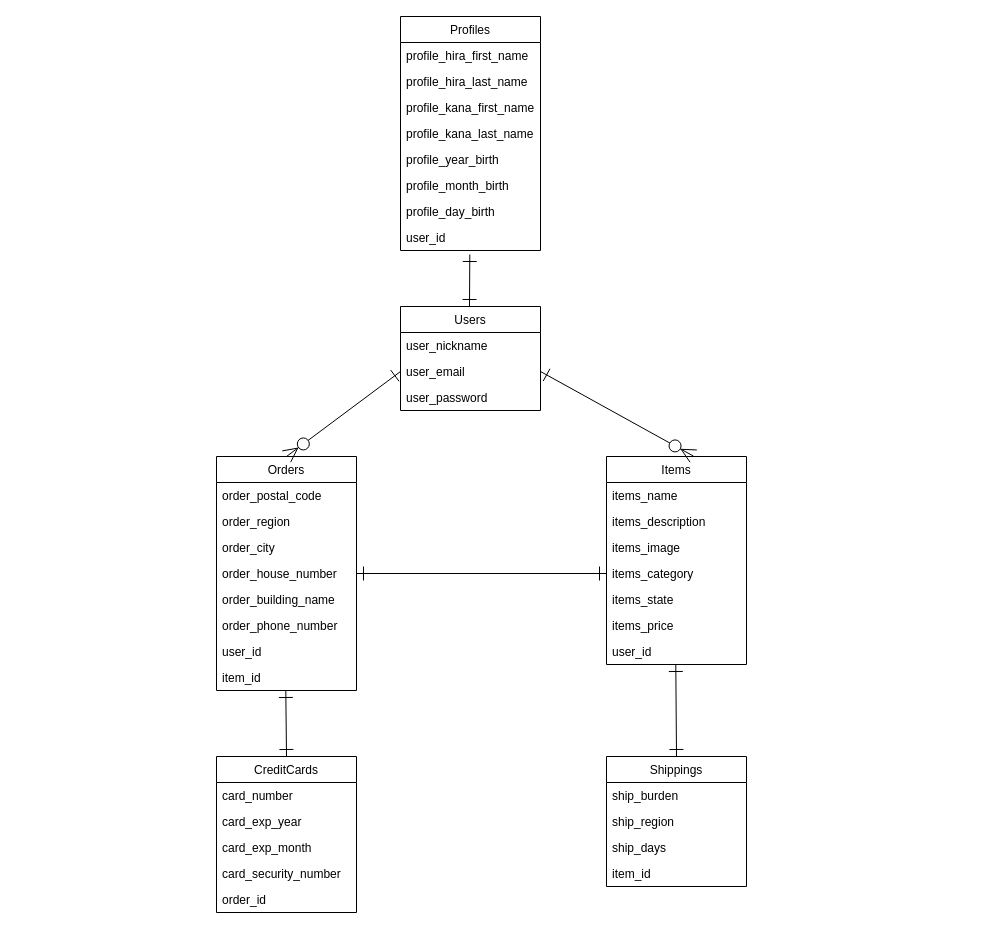
The draw.io diagram er_diagram.dio in kazuomi-nakajima/furima-32996, before the edit. Source tidied: cells renumbered, new cells numbered last; positions are measured from the earlier drawing's top-left corner, leaving out a move shared by most shapes. Both pictures are drawn from the tidied source at 100%, with x=0, y=0 at pixel (216, 16).
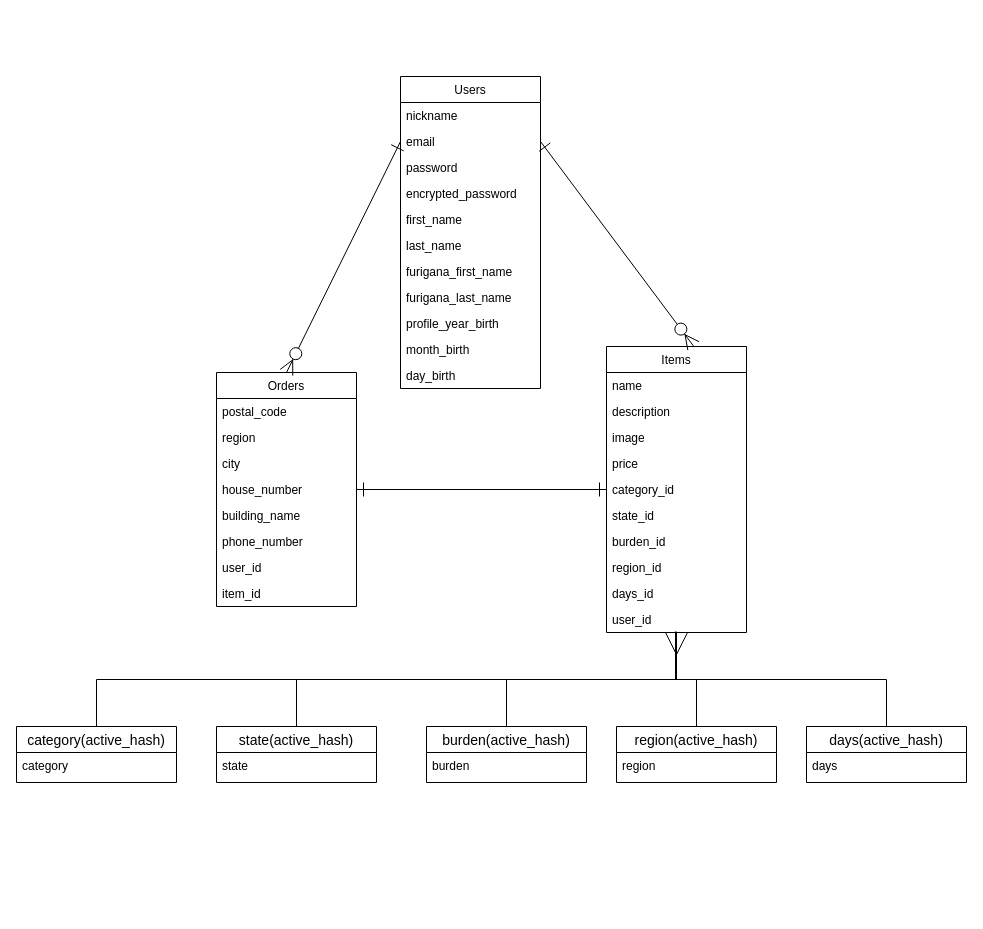
The same page after the edit.

Unchanged cells that the change refers to:
```xml
<mxCell id="22" value="item_id" style="text;strokeColor=none;fillColor=none;align=left;verticalAlign=top;spacingLeft=4;spacingRight=4;overflow=hidden;points=[[0,0.5],[1,0.5]];portConstraint=eastwest;" parent="14" vertex="1">
  <mxGeometry y="208" width="140" height="26" as="geometry" />
</mxCell>
```

Change to the diagram source:
```diff
@@
     <mxCell id="2" value="Users" style="swimlane;fontStyle=0;horizontal=1;startSize=26;fillColor=none;" parent="1" vertex="1">
-      <mxGeometry x="184" y="290" width="140" height="104" as="geometry" />
+      <mxGeometry x="184" y="60" width="140" height="312" as="geometry" />
     </mxCell>
-    <mxCell id="3" value="user_nickname" style="text;strokeColor=none;fillColor=none;align=left;verticalAlign=top;spacingLeft=4;spacingRight=4;overflow=hidden;" parent="2" vertex="1">
+    <mxCell id="3" value="nickname" style="text;strokeColor=none;fillColor=none;align=left;verticalAlign=top;spacingLeft=4;spacingRight=4;overflow=hidden;" parent="2" vertex="1">
       <mxGeometry y="26" width="140" height="26" as="geometry" />
     </mxCell>
-    <mxCell id="4" value="user_email" style="text;strokeColor=none;fillColor=none;align=left;verticalAlign=top;spacingLeft=4;spacingRight=4;overflow=hidden;points=[[0,0.5],[1,0.5]];portConstraint=eastwest;" parent="2" vertex="1">
+    <mxCell id="4" value="email" style="text;strokeColor=none;fillColor=none;align=left;verticalAlign=top;spacingLeft=4;spacingRight=4;overflow=hidden;points=[[0,0.5],[1,0.5]];portConstraint=eastwest;" parent="2" vertex="1">
       <mxGeometry y="52" width="140" height="26" as="geometry" />
     </mxCell>
-    <mxCell id="5" value="user_password" style="text;strokeColor=none;fillColor=none;align=left;verticalAlign=top;spacingLeft=4;spacingRight=4;overflow=hidden;" parent="2" vertex="1">
+    <mxCell id="5" value="password" style="text;strokeColor=none;fillColor=none;align=left;verticalAlign=top;spacingLeft=4;spacingRight=4;overflow=hidden;" parent="2" vertex="1">
       <mxGeometry y="78" width="140" height="26" as="geometry" />
     </mxCell>
+    <mxCell id="50" value="encrypted_password" style="text;strokeColor=none;fillColor=none;align=left;verticalAlign=top;spacingLeft=4;spacingRight=4;overflow=hidden;" parent="2" vertex="1">
+      <mxGeometry y="104" width="140" height="26" as="geometry" />
+    </mxCell>
+    <mxCell id="24" value="first_name" style="text;strokeColor=none;fillColor=none;align=left;verticalAlign=top;spacingLeft=4;spacingRight=4;overflow=hidden;" parent="2" vertex="1">
+      <mxGeometry y="130" width="140" height="26" as="geometry" />
+    </mxCell>
+    <mxCell id="25" value="last_name" style="text;strokeColor=none;fillColor=none;align=left;verticalAlign=top;spacingLeft=4;spacingRight=4;overflow=hidden;" parent="2" vertex="1">
+      <mxGeometry y="156" width="140" height="26" as="geometry" />
+    </mxCell>
+    <mxCell id="26" value="furigana_first_name" style="text;strokeColor=none;fillColor=none;align=left;verticalAlign=top;spacingLeft=4;spacingRight=4;overflow=hidden;" parent="2" vertex="1">
+      <mxGeometry y="182" width="140" height="26" as="geometry" />
+    </mxCell>
+    <mxCell id="27" value="furigana_last_name" style="text;strokeColor=none;fillColor=none;align=left;verticalAlign=top;spacingLeft=4;spacingRight=4;overflow=hidden;" parent="2" vertex="1">
+      <mxGeometry y="208" width="140" height="26" as="geometry" />
+    </mxCell>
+    <mxCell id="28" value="profile_year_birth" style="text;strokeColor=none;fillColor=none;align=left;verticalAlign=top;spacingLeft=4;spacingRight=4;overflow=hidden;" parent="2" vertex="1">
+      <mxGeometry y="234" width="140" height="26" as="geometry" />
+    </mxCell>
+    <mxCell id="29" value="month_birth" style="text;strokeColor=none;fillColor=none;align=left;verticalAlign=top;spacingLeft=4;spacingRight=4;overflow=hidden;" parent="2" vertex="1">
+      <mxGeometry y="260" width="140" height="26" as="geometry" />
+    </mxCell>
+    <mxCell id="30" value="day_birth" style="text;strokeColor=none;fillColor=none;align=left;verticalAlign=top;spacingLeft=4;spacingRight=4;overflow=hidden;" parent="2" vertex="1">
+      <mxGeometry y="286" width="140" height="26" as="geometry" />
+    </mxCell>
     <mxCell id="6" value="Items" style="swimlane;fontStyle=0;horizontal=1;startSize=26;fillColor=none;" parent="1" vertex="1">
-      <mxGeometry x="390" y="440" width="140" height="208" as="geometry" />
+      <mxGeometry x="390" y="330" width="140" height="286" as="geometry" />
     </mxCell>
-    <mxCell id="7" value="items_name" style="text;strokeColor=none;fillColor=none;align=left;verticalAlign=top;spacingLeft=4;spacingRight=4;overflow=hidden;" parent="6" vertex="1">
+    <mxCell id="7" value="name" style="text;strokeColor=none;fillColor=none;align=left;verticalAlign=top;spacingLeft=4;spacingRight=4;overflow=hidden;" parent="6" vertex="1">
       <mxGeometry y="26" width="140" height="26" as="geometry" />
     </mxCell>
-    <mxCell id="8" value="items_description" style="text;strokeColor=none;fillColor=none;align=left;verticalAlign=top;spacingLeft=4;spacingRight=4;overflow=hidden;" parent="6" vertex="1">
+    <mxCell id="8" value="description" style="text;strokeColor=none;fillColor=none;align=left;verticalAlign=top;spacingLeft=4;spacingRight=4;overflow=hidden;" parent="6" vertex="1">
       <mxGeometry y="52" width="140" height="26" as="geometry" />
     </mxCell>
-    <mxCell id="9" value="items_image" style="text;strokeColor=none;fillColor=none;align=left;verticalAlign=top;spacingLeft=4;spacingRight=4;overflow=hidden;" parent="6" vertex="1">
+    <mxCell id="9" value="image" style="text;strokeColor=none;fillColor=none;align=left;verticalAlign=top;spacingLeft=4;spacingRight=4;overflow=hidden;" parent="6" vertex="1">
       <mxGeometry y="78" width="140" height="26" as="geometry" />
     </mxCell>
+    <mxCell id="12" value="price" style="text;strokeColor=none;fillColor=none;align=left;verticalAlign=top;spacingLeft=4;spacingRight=4;overflow=hidden;" parent="6" vertex="1">
+      <mxGeometry y="104" width="140" height="26" as="geometry" />
+    </mxCell>
-    <mxCell id="10" value="items_category" style="text;strokeColor=none;fillColor=none;align=left;verticalAlign=top;spacingLeft=4;spacingRight=4;overflow=hidden;points=[[0,0.5],[1,0.5]];portConstraint=eastwest;" parent="6" vertex="1">
-      <mxGeometry y="104" width="140" height="26" as="geometry" />
+    <mxCell id="10" value="category_id" style="text;strokeColor=none;fillColor=none;align=left;verticalAlign=top;spacingLeft=4;spacingRight=4;overflow=hidden;points=[[0,0.5],[1,0.5]];portConstraint=eastwest;" parent="6" vertex="1">
+      <mxGeometry y="130" width="140" height="26" as="geometry" />
     </mxCell>
-    <mxCell id="11" value="items_state" style="text;strokeColor=none;fillColor=none;align=left;verticalAlign=top;spacingLeft=4;spacingRight=4;overflow=hidden;" parent="6" vertex="1">
-      <mxGeometry y="130" width="140" height="26" as="geometry" />
+    <mxCell id="11" value="state_id" style="text;strokeColor=none;fillColor=none;align=left;verticalAlign=top;spacingLeft=4;spacingRight=4;overflow=hidden;" parent="6" vertex="1">
+      <mxGeometry y="156" width="140" height="26" as="geometry" />
     </mxCell>
-    <mxCell id="12" value="items_price" style="text;strokeColor=none;fillColor=none;align=left;verticalAlign=top;spacingLeft=4;spacingRight=4;overflow=hidden;" parent="6" vertex="1">
-      <mxGeometry y="156" width="140" height="26" as="geometry" />
-    </mxCell>
+    <mxCell id="39" value="burden_id" style="text;strokeColor=none;fillColor=none;align=left;verticalAlign=top;spacingLeft=4;spacingRight=4;overflow=hidden;" parent="6" vertex="1">
+      <mxGeometry y="182" width="140" height="26" as="geometry" />
+    </mxCell>
+    <mxCell id="40" value="region_id" style="text;strokeColor=none;fillColor=none;align=left;verticalAlign=top;spacingLeft=4;spacingRight=4;overflow=hidden;" parent="6" vertex="1">
+      <mxGeometry y="208" width="140" height="26" as="geometry" />
+    </mxCell>
+    <mxCell id="41" value="days_id" style="text;strokeColor=none;fillColor=none;align=left;verticalAlign=top;spacingLeft=4;spacingRight=4;overflow=hidden;" parent="6" vertex="1">
+      <mxGeometry y="234" width="140" height="26" as="geometry" />
+    </mxCell>
     <mxCell id="13" value="user_id" style="text;strokeColor=none;fillColor=none;align=left;verticalAlign=top;spacingLeft=4;spacingRight=4;overflow=hidden;points=[[0,0.5],[1,0.5]];portConstraint=eastwest;" parent="6" vertex="1">
-      <mxGeometry y="182" width="140" height="26" as="geometry" />
+      <mxGeometry y="260" width="140" height="26" as="geometry" />
     </mxCell>
     <mxCell id="14" value="Orders" style="swimlane;fontStyle=0;horizontal=1;startSize=26;fillColor=none;" parent="1" vertex="1">
-      <mxGeometry y="440" width="140" height="234" as="geometry" />
+      <mxGeometry y="356" width="140" height="234" as="geometry" />
     </mxCell>
-    <mxCell id="15" value="order_postal_code" style="text;strokeColor=none;fillColor=none;align=left;verticalAlign=top;spacingLeft=4;spacingRight=4;overflow=hidden;" parent="14" vertex="1">
+    <mxCell id="15" value="postal_code" style="text;strokeColor=none;fillColor=none;align=left;verticalAlign=top;spacingLeft=4;spacingRight=4;overflow=hidden;" parent="14" vertex="1">
       <mxGeometry y="26" width="140" height="26" as="geometry" />
     </mxCell>
-    <mxCell id="16" value="order_region" style="text;strokeColor=none;fillColor=none;align=left;verticalAlign=top;spacingLeft=4;spacingRight=4;overflow=hidden;" parent="14" vertex="1">
+    <mxCell id="16" value="region" style="text;strokeColor=none;fillColor=none;align=left;verticalAlign=top;spacingLeft=4;spacingRight=4;overflow=hidden;" parent="14" vertex="1">
       <mxGeometry y="52" width="140" height="26" as="geometry" />
     </mxCell>
-    <mxCell id="17" value="order_city" style="text;strokeColor=none;fillColor=none;align=left;verticalAlign=top;spacingLeft=4;spacingRight=4;overflow=hidden;" parent="14" vertex="1">
+    <mxCell id="17" value="city" style="text;strokeColor=none;fillColor=none;align=left;verticalAlign=top;spacingLeft=4;spacingRight=4;overflow=hidden;" parent="14" vertex="1">
       <mxGeometry y="78" width="140" height="26" as="geometry" />
     </mxCell>
-    <mxCell id="18" value="order_house_number" style="text;strokeColor=none;fillColor=none;align=left;verticalAlign=top;spacingLeft=4;spacingRight=4;overflow=hidden;" parent="14" vertex="1">
+    <mxCell id="18" value="house_number" style="text;strokeColor=none;fillColor=none;align=left;verticalAlign=top;spacingLeft=4;spacingRight=4;overflow=hidden;" parent="14" vertex="1">
       <mxGeometry y="104" width="140" height="26" as="geometry" />
     </mxCell>
-    <mxCell id="19" value="order_building_name" style="text;strokeColor=none;fillColor=none;align=left;verticalAlign=top;spacingLeft=4;spacingRight=4;overflow=hidden;fontStyle=0;" parent="14" vertex="1">
+    <mxCell id="19" value="building_name" style="text;strokeColor=none;fillColor=none;align=left;verticalAlign=top;spacingLeft=4;spacingRight=4;overflow=hidden;fontStyle=0;" parent="14" vertex="1">
       <mxGeometry y="130" width="140" height="26" as="geometry" />
     </mxCell>
-    <mxCell id="20" value="order_phone_number" style="text;strokeColor=none;fillColor=none;align=left;verticalAlign=top;spacingLeft=4;spacingRight=4;overflow=hidden;fontStyle=0;" parent="14" vertex="1">
+    <mxCell id="20" value="phone_number" style="text;strokeColor=none;fillColor=none;align=left;verticalAlign=top;spacingLeft=4;spacingRight=4;overflow=hidden;fontStyle=0;" parent="14" vertex="1">
       <mxGeometry y="156" width="140" height="26" as="geometry" />
     </mxCell>
@@
-    <mxCell id="23" value="Profiles" style="swimlane;fontStyle=0;horizontal=1;startSize=26;fillColor=none;" parent="1" vertex="1">
-      <mxGeometry x="184" width="140" height="234" as="geometry" />
-    </mxCell>
-    <mxCell id="24" value="profile_hira_first_name" style="text;strokeColor=none;fillColor=none;align=left;verticalAlign=top;spacingLeft=4;spacingRight=4;overflow=hidden;" parent="23" vertex="1">
-      <mxGeometry y="26" width="140" height="26" as="geometry" />
-    </mxCell>
-    <mxCell id="25" value="profile_hira_last_name" style="text;strokeColor=none;fillColor=none;align=left;verticalAlign=top;spacingLeft=4;spacingRight=4;overflow=hidden;" parent="23" vertex="1">
-      <mxGeometry y="52" width="140" height="26" as="geometry" />
-    </mxCell>
-    <mxCell id="26" value="profile_kana_first_name" style="text;strokeColor=none;fillColor=none;align=left;verticalAlign=top;spacingLeft=4;spacingRight=4;overflow=hidden;" parent="23" vertex="1">
-      <mxGeometry y="78" width="140" height="26" as="geometry" />
-    </mxCell>
-    <mxCell id="27" value="profile_kana_last_name" style="text;strokeColor=none;fillColor=none;align=left;verticalAlign=top;spacingLeft=4;spacingRight=4;overflow=hidden;" parent="23" vertex="1">
-      <mxGeometry y="104" width="140" height="26" as="geometry" />
-    </mxCell>
-    <mxCell id="28" value="profile_year_birth" style="text;strokeColor=none;fillColor=none;align=left;verticalAlign=top;spacingLeft=4;spacingRight=4;overflow=hidden;" parent="23" vertex="1">
-      <mxGeometry y="130" width="140" height="26" as="geometry" />
-    </mxCell>
-    <mxCell id="29" value="profile_month_birth" style="text;strokeColor=none;fillColor=none;align=left;verticalAlign=top;spacingLeft=4;spacingRight=4;overflow=hidden;" parent="23" vertex="1">
-      <mxGeometry y="156" width="140" height="26" as="geometry" />
-    </mxCell>
-    <mxCell id="30" value="profile_day_birth" style="text;strokeColor=none;fillColor=none;align=left;verticalAlign=top;spacingLeft=4;spacingRight=4;overflow=hidden;" parent="23" vertex="1">
-      <mxGeometry y="182" width="140" height="26" as="geometry" />
-    </mxCell>
-    <mxCell id="31" value="user_id" style="text;strokeColor=none;fillColor=none;align=left;verticalAlign=top;spacingLeft=4;spacingRight=4;overflow=hidden;" parent="23" vertex="1">
-      <mxGeometry y="208" width="140" height="26" as="geometry" />
-    </mxCell>
-    <mxCell id="32" value="CreditCards" style="swimlane;fontStyle=0;horizontal=1;startSize=26;fillColor=none;" parent="1" vertex="1">
-      <mxGeometry y="740" width="140" height="156" as="geometry" />
-    </mxCell>
-    <mxCell id="33" value="card_number" style="text;strokeColor=none;fillColor=none;align=left;verticalAlign=top;spacingLeft=4;spacingRight=4;overflow=hidden;" parent="32" vertex="1">
-      <mxGeometry y="26" width="140" height="26" as="geometry" />
-    </mxCell>
-    <mxCell id="34" value="card_exp_year" style="text;strokeColor=none;fillColor=none;align=left;verticalAlign=top;spacingLeft=4;spacingRight=4;overflow=hidden;fontStyle=0;" parent="32" vertex="1">
-      <mxGeometry y="52" width="140" height="26" as="geometry" />
-    </mxCell>
-    <mxCell id="35" value="card_exp_month" style="text;strokeColor=none;fillColor=none;align=left;verticalAlign=top;spacingLeft=4;spacingRight=4;overflow=hidden;fontStyle=0;" parent="32" vertex="1">
-      <mxGeometry y="78" width="140" height="26" as="geometry" />
-    </mxCell>
-    <mxCell id="36" value="card_security_number" style="text;strokeColor=none;fillColor=none;align=left;verticalAlign=top;spacingLeft=4;spacingRight=4;overflow=hidden;" parent="32" vertex="1">
-      <mxGeometry y="104" width="140" height="26" as="geometry" />
-    </mxCell>
-    <mxCell id="37" value="order_id" style="text;strokeColor=none;fillColor=none;align=left;verticalAlign=top;spacingLeft=4;spacingRight=4;overflow=hidden;" parent="32" vertex="1">
-      <mxGeometry y="130" width="140" height="26" as="geometry" />
-    </mxCell>
-    <mxCell id="38" value="Shippings" style="swimlane;fontStyle=0;horizontal=1;startSize=26;fillColor=none;" parent="1" vertex="1">
-      <mxGeometry x="390" y="740" width="140" height="130" as="geometry" />
-    </mxCell>
-    <mxCell id="39" value="ship_burden" style="text;strokeColor=none;fillColor=none;align=left;verticalAlign=top;spacingLeft=4;spacingRight=4;overflow=hidden;" parent="38" vertex="1">
-      <mxGeometry y="26" width="140" height="26" as="geometry" />
-    </mxCell>
-    <mxCell id="40" value="ship_region" style="text;strokeColor=none;fillColor=none;align=left;verticalAlign=top;spacingLeft=4;spacingRight=4;overflow=hidden;" parent="38" vertex="1">
-      <mxGeometry y="52" width="140" height="26" as="geometry" />
-    </mxCell>
-    <mxCell id="41" value="ship_days" style="text;strokeColor=none;fillColor=none;align=left;verticalAlign=top;spacingLeft=4;spacingRight=4;overflow=hidden;" parent="38" vertex="1">
-      <mxGeometry y="78" width="140" height="26" as="geometry" />
-    </mxCell>
-    <mxCell id="42" value="item_id" style="text;strokeColor=none;fillColor=none;align=left;verticalAlign=top;spacingLeft=4;spacingRight=4;overflow=hidden;" parent="38" vertex="1">
-      <mxGeometry y="104" width="140" height="26" as="geometry" />
-    </mxCell>
@@
-    <mxCell id="45" style="fontSize=12;html=1;endArrow=ERone;endFill=1;startArrow=ERone;startFill=0;strokeColor=none;" parent="1" edge="1">
-      <mxGeometry relative="1" as="geometry">
-        <mxPoint x="130" y="500" as="sourcePoint" />
-        <mxPoint x="230" y="400" as="targetPoint" />
-      </mxGeometry>
-    </mxCell>
-    <mxCell id="46" style="fontSize=12;html=1;endArrow=ERone;startArrow=ERone;endSize=12;startSize=12;endFill=0;startFill=0;entryX=0.5;entryY=0;entryDx=0;entryDy=0;exitX=0.495;exitY=1;exitDx=0;exitDy=0;exitPerimeter=0;" parent="1" edge="1" source="22" target="32">
-      <mxGeometry relative="1" as="geometry" />
-    </mxCell>
-    <mxCell id="47" style="fontSize=12;html=1;endArrow=ERone;startArrow=ERone;endSize=12;startSize=12;endFill=0;startFill=0;entryX=0.5;entryY=0;entryDx=0;entryDy=0;" parent="1" edge="1" target="38">
-      <mxGeometry relative="1" as="geometry">
-        <mxPoint x="459.3" y="648" as="sourcePoint" />
-      </mxGeometry>
-    </mxCell>
-    <mxCell id="48" style="fontSize=12;html=1;endArrow=ERone;startArrow=ERone;endSize=12;startSize=12;endFill=0;startFill=0;" parent="1" edge="1">
-      <mxGeometry relative="1" as="geometry">
-        <mxPoint x="253.3" y="238" as="sourcePoint" />
-        <mxPoint x="253" y="290" as="targetPoint" />
-      </mxGeometry>
-    </mxCell>
@@
+    <mxCell id="51" style="edgeStyle=elbowEdgeStyle;rounded=0;jettySize=auto;html=1;exitX=0.5;exitY=0;exitDx=0;exitDy=0;endArrow=none;endFill=0;elbow=vertical;" parent="1" edge="1" source="52" target="13">
+      <mxGeometry relative="1" as="geometry" />
+    </mxCell>
+    <mxCell id="52" value="category(active_hash)" style="swimlane;fontStyle=0;horizontal=1;startSize=26;align=center;fontSize=14;" parent="1" vertex="1">
+      <mxGeometry x="-200" y="710" width="160" height="56" as="geometry" />
+    </mxCell>
+    <mxCell id="53" value="category" style="text;strokeColor=none;fillColor=none;spacingLeft=4;spacingRight=4;overflow=hidden;fontSize=12;" parent="52" vertex="1">
+      <mxGeometry y="26" width="160" height="30" as="geometry" />
+    </mxCell>
+    <mxCell id="54" value="state(active_hash)" style="swimlane;fontStyle=0;horizontal=1;startSize=26;align=center;fontSize=14;" parent="1" vertex="1">
+      <mxGeometry y="710" width="160" height="56" as="geometry" />
+    </mxCell>
+    <mxCell id="55" value="state" style="text;strokeColor=none;fillColor=none;spacingLeft=4;spacingRight=4;overflow=hidden;fontSize=12;" parent="54" vertex="1">
+      <mxGeometry y="26" width="160" height="30" as="geometry" />
+    </mxCell>
+    <mxCell id="56" value="burden(active_hash)" style="swimlane;fontStyle=0;horizontal=1;startSize=26;align=center;fontSize=14;" parent="1" vertex="1">
+      <mxGeometry x="210" y="710" width="160" height="56" as="geometry" />
+    </mxCell>
+    <mxCell id="57" value="burden" style="text;strokeColor=none;fillColor=none;spacingLeft=4;spacingRight=4;overflow=hidden;fontSize=12;" parent="56" vertex="1">
+      <mxGeometry y="26" width="160" height="30" as="geometry" />
+    </mxCell>
+    <mxCell id="58" value="days(active_hash)" style="swimlane;fontStyle=0;horizontal=1;startSize=26;align=center;fontSize=14;" parent="1" vertex="1">
+      <mxGeometry x="590" y="710" width="160" height="56" as="geometry" />
+    </mxCell>
+    <mxCell id="59" value="days" style="text;strokeColor=none;fillColor=none;spacingLeft=4;spacingRight=4;overflow=hidden;fontSize=12;" parent="58" vertex="1">
+      <mxGeometry y="26" width="160" height="30" as="geometry" />
+    </mxCell>
+    <mxCell id="60" value="region(active_hash)" style="swimlane;fontStyle=0;horizontal=1;startSize=26;align=center;fontSize=14;" parent="1" vertex="1">
+      <mxGeometry x="400" y="710" width="160" height="56" as="geometry" />
+    </mxCell>
+    <mxCell id="61" value="region" style="text;strokeColor=none;fillColor=none;spacingLeft=4;spacingRight=4;overflow=hidden;fontSize=12;" parent="60" vertex="1">
+      <mxGeometry y="26" width="160" height="30" as="geometry" />
+    </mxCell>
+    <mxCell id="62" style="edgeStyle=none;rounded=0;orthogonalLoop=1;jettySize=auto;html=1;exitX=0.25;exitY=0;exitDx=0;exitDy=0;" parent="1" edge="1" source="58" target="58">
+      <mxGeometry relative="1" as="geometry" />
+    </mxCell>
+    <mxCell id="63" style="edgeStyle=none;rounded=0;orthogonalLoop=1;jettySize=auto;html=1;exitX=0.75;exitY=0;exitDx=0;exitDy=0;" parent="1" edge="1" source="58" target="58">
+      <mxGeometry relative="1" as="geometry" />
+    </mxCell>
+    <mxCell id="64" style="edgeStyle=elbowEdgeStyle;rounded=0;jettySize=auto;html=1;endArrow=none;endFill=0;elbow=vertical;entryX=0.493;entryY=0.964;entryDx=0;entryDy=0;entryPerimeter=0;" parent="1" edge="1" source="54" target="13">
+      <mxGeometry relative="1" as="geometry" />
+    </mxCell>
+    <mxCell id="65" style="edgeStyle=elbowEdgeStyle;rounded=0;jettySize=auto;html=1;exitX=0.5;exitY=0;exitDx=0;exitDy=0;entryX=0.497;entryY=0.964;entryDx=0;entryDy=0;entryPerimeter=0;endArrow=none;endFill=0;elbow=vertical;" parent="1" edge="1" source="56" target="13">
+      <mxGeometry relative="1" as="geometry" />
+    </mxCell>
+    <mxCell id="66" style="edgeStyle=elbowEdgeStyle;rounded=0;jettySize=auto;html=1;exitX=0.5;exitY=0;exitDx=0;exitDy=0;endArrow=none;endFill=0;elbow=vertical;" parent="1" edge="1" source="60" target="13">
+      <mxGeometry relative="1" as="geometry" />
+    </mxCell>
+    <mxCell id="67" style="edgeStyle=elbowEdgeStyle;rounded=0;jettySize=auto;html=1;endArrow=ERmany;endFill=0;elbow=vertical;startSize=6;endSize=20;" parent="1" edge="1" source="58" target="13">
+      <mxGeometry relative="1" as="geometry" />
+    </mxCell>
```
